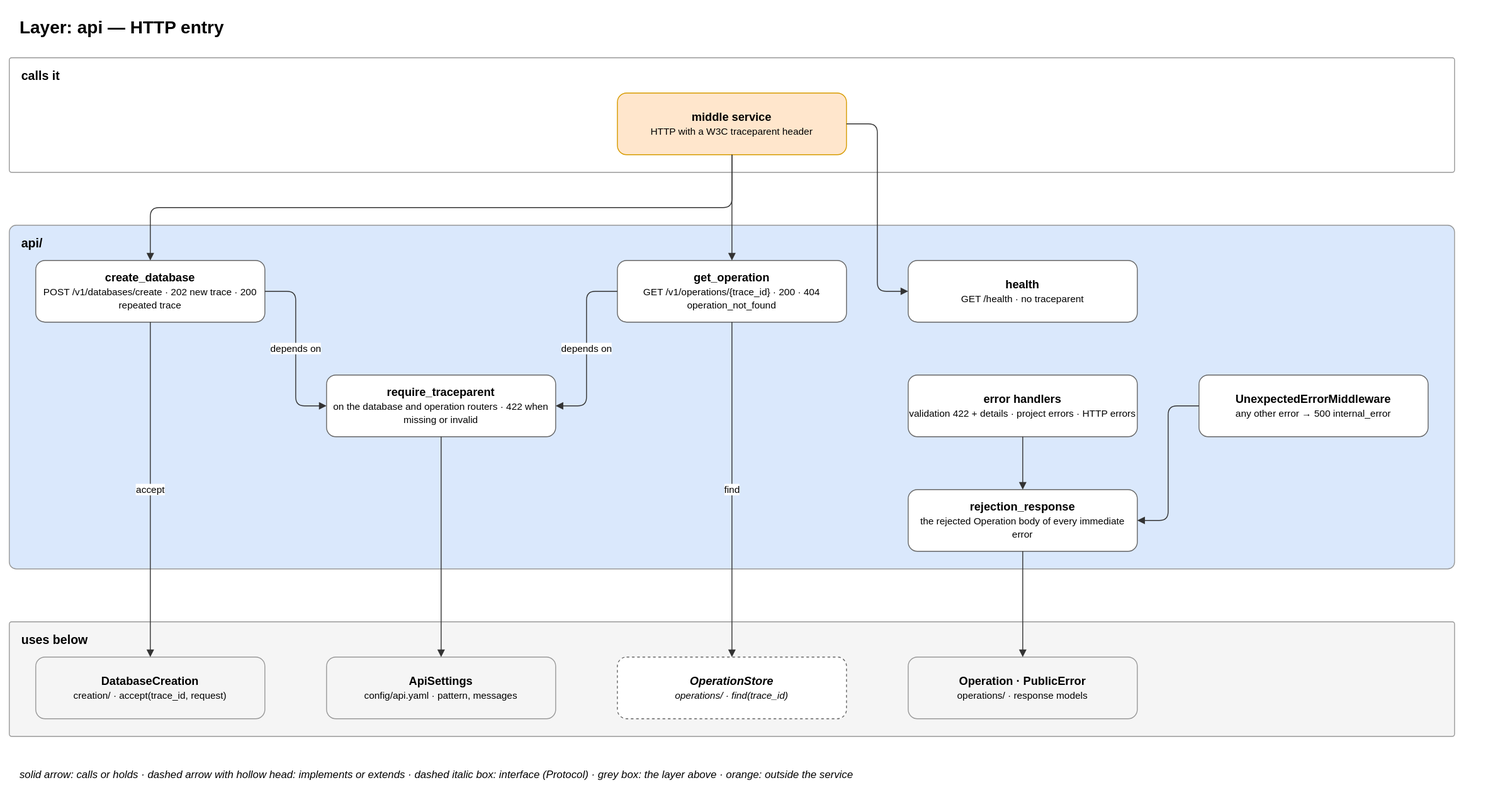
Before: docs/diagrams/03-layer-api.drawio.svg, a diagram exported from draw.io (EliShteinman/redis-enterprise-services). Source tidied: cells renumbered, new cells last; positions are measured from the earlier drawing's top-left corner, leaving out a move shared by most shapes.
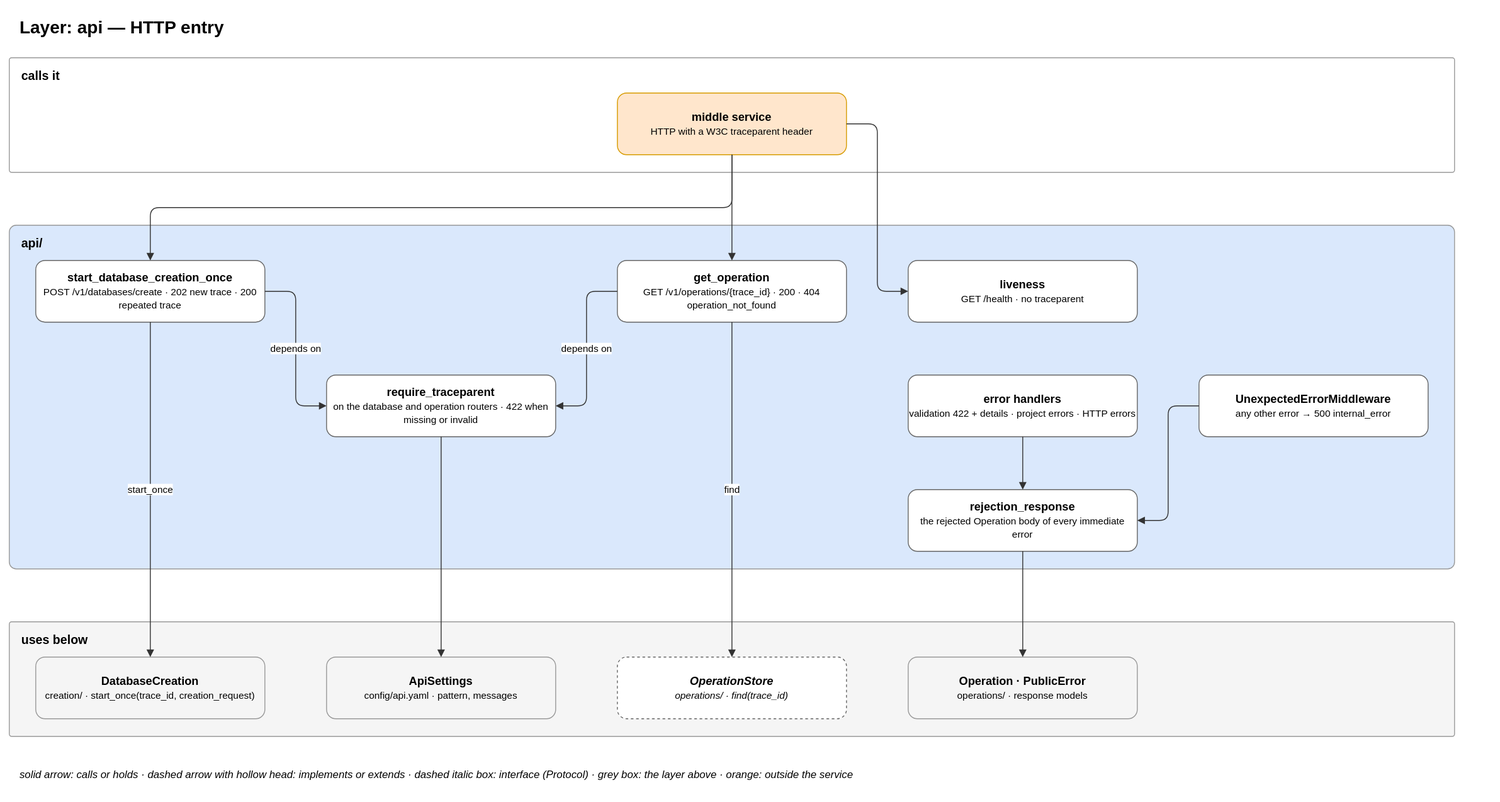
Above is the later version.

What changed in the source:
```diff
@@ -14,13 +14,13 @@
     <mxCell id="5" value="&lt;b&gt;api/&lt;/b&gt;" style="rounded=1;arcSize=2;fillColor=#dae8fc;strokeColor=#999999;verticalAlign=top;align=left;spacingLeft=12;spacingTop=6;html=1;fontSize=14;" parent="1" vertex="1">
       <mxGeometry y="245" width="1640" height="390" as="geometry" />
     </mxCell>
-    <mxCell id="6" value="&lt;b&gt;create_database&lt;/b&gt;&lt;br&gt;&lt;font style='font-size:11px'&gt;POST /v1/databases/create · 202 new trace · 200 repeated trace&lt;/font&gt;" style="rounded=1;whiteSpace=wrap;html=1;fillColor=#ffffff;strokeColor=#666666;fontSize=13;" parent="1" vertex="1">
+    <mxCell id="6" value="&lt;b&gt;start_database_creation_once&lt;/b&gt;&lt;br&gt;&lt;font style='font-size:11px'&gt;POST /v1/databases/create · 202 new trace · 200 repeated trace&lt;/font&gt;" style="rounded=1;whiteSpace=wrap;html=1;fillColor=#ffffff;strokeColor=#666666;fontSize=13;" parent="1" vertex="1">
       <mxGeometry x="30" y="285" width="260" height="70" as="geometry" />
     </mxCell>
     <mxCell id="7" value="&lt;b&gt;get_operation&lt;/b&gt;&lt;br&gt;&lt;font style='font-size:11px'&gt;GET /v1/operations/{trace_id} · 200 · 404 operation_not_found&lt;/font&gt;" style="rounded=1;whiteSpace=wrap;html=1;fillColor=#ffffff;strokeColor=#666666;fontSize=13;" parent="1" vertex="1">
       <mxGeometry x="690" y="285" width="260" height="70" as="geometry" />
     </mxCell>
-    <mxCell id="8" value="&lt;b&gt;health&lt;/b&gt;&lt;br&gt;&lt;font style='font-size:11px'&gt;GET /health · no traceparent&lt;/font&gt;" style="rounded=1;whiteSpace=wrap;html=1;fillColor=#ffffff;strokeColor=#666666;fontSize=13;" parent="1" vertex="1">
+    <mxCell id="8" value="&lt;b&gt;liveness&lt;/b&gt;&lt;br&gt;&lt;font style='font-size:11px'&gt;GET /health · no traceparent&lt;/font&gt;" style="rounded=1;whiteSpace=wrap;html=1;fillColor=#ffffff;strokeColor=#666666;fontSize=13;" parent="1" vertex="1">
       <mxGeometry x="1020" y="285" width="260" height="70" as="geometry" />
     </mxCell>
     <mxCell id="9" value="&lt;b&gt;require_traceparent&lt;/b&gt;&lt;br&gt;&lt;font style='font-size:11px'&gt;on the database and operation routers · 422 when missing or invalid&lt;/font&gt;" style="rounded=1;whiteSpace=wrap;html=1;fillColor=#ffffff;strokeColor=#666666;fontSize=13;" parent="1" vertex="1">
@@ -38,7 +38,7 @@
     <mxCell id="13" value="&lt;b&gt;uses below&lt;/b&gt;" style="rounded=1;arcSize=2;fillColor=#f5f5f5;strokeColor=#999999;verticalAlign=top;align=left;spacingLeft=12;spacingTop=6;html=1;fontSize=14;" parent="1" vertex="1">
       <mxGeometry y="695" width="1640" height="130" as="geometry" />
     </mxCell>
-    <mxCell id="14" value="&lt;b&gt;DatabaseCreation&lt;/b&gt;&lt;br&gt;&lt;font style='font-size:11px'&gt;creation/ · accept(trace_id, request)&lt;/font&gt;" style="rounded=1;whiteSpace=wrap;html=1;fillColor=#f5f5f5;strokeColor=#999999;fontSize=13;" parent="1" vertex="1">
+    <mxCell id="14" value="&lt;b&gt;DatabaseCreation&lt;/b&gt;&lt;br&gt;&lt;font style='font-size:11px'&gt;creation/ · start_once(trace_id, creation_request)&lt;/font&gt;" style="rounded=1;whiteSpace=wrap;html=1;fillColor=#f5f5f5;strokeColor=#999999;fontSize=13;" parent="1" vertex="1">
       <mxGeometry x="30" y="735" width="260" height="70" as="geometry" />
     </mxCell>
     <mxCell id="15" value="&lt;b&gt;ApiSettings&lt;/b&gt;&lt;br&gt;&lt;font style='font-size:11px'&gt;config/api.yaml · pattern, messages&lt;/font&gt;" style="rounded=1;whiteSpace=wrap;html=1;fillColor=#f5f5f5;strokeColor=#999999;fontSize=13;" parent="1" vertex="1">
@@ -65,7 +65,7 @@
     <mxCell id="22" value="depends on" style="edgeStyle=orthogonalEdgeStyle;rounded=1;html=1;fontSize=11;labelBackgroundColor=#ffffff;exitX=0;exitY=0.5;entryX=1;entryY=0.5;endArrow=block;strokeColor=#333333;" parent="1" edge="1" source="7" target="9">
       <mxGeometry relative="1" as="geometry" />
     </mxCell>
-    <mxCell id="23" value="accept" style="edgeStyle=orthogonalEdgeStyle;rounded=1;html=1;fontSize=11;labelBackgroundColor=#ffffff;exitX=0.5;exitY=1;entryX=0.5;entryY=0;endArrow=block;strokeColor=#333333;" parent="1" edge="1" source="6" target="14">
+    <mxCell id="23" value="start_once" style="edgeStyle=orthogonalEdgeStyle;rounded=1;html=1;fontSize=11;labelBackgroundColor=#ffffff;exitX=0.5;exitY=1;entryX=0.5;entryY=0;endArrow=block;strokeColor=#333333;" parent="1" edge="1" source="6" target="14">
       <mxGeometry relative="1" as="geometry" />
     </mxCell>
     <mxCell id="24" value="find" style="edgeStyle=orthogonalEdgeStyle;rounded=1;html=1;fontSize=11;labelBackgroundColor=#ffffff;exitX=0.5;exitY=1;entryX=0.5;entryY=0;endArrow=block;strokeColor=#333333;" parent="1" edge="1" source="7" target="16">
```
